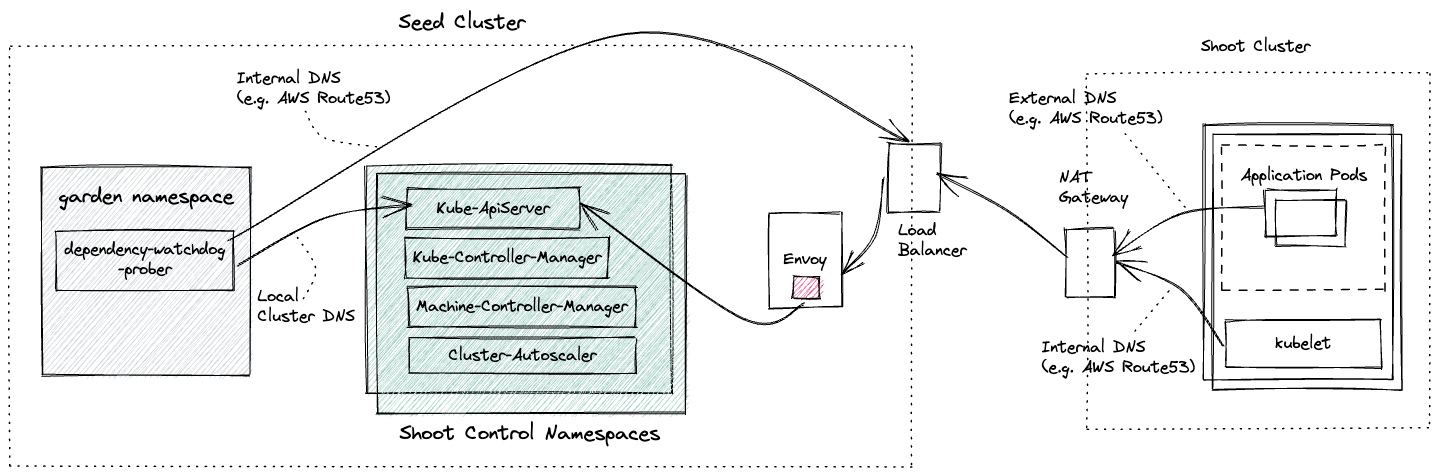
This is docs/concepts/content/prober-components.excalidraw.png from gardener/dependency-watchdog, a Excalidraw export, as it was before one commit. Source tidied: one line per element, renumbered; positions are measured from the earlier drawing's top-left corner, leaving out a move shared by most shapes.
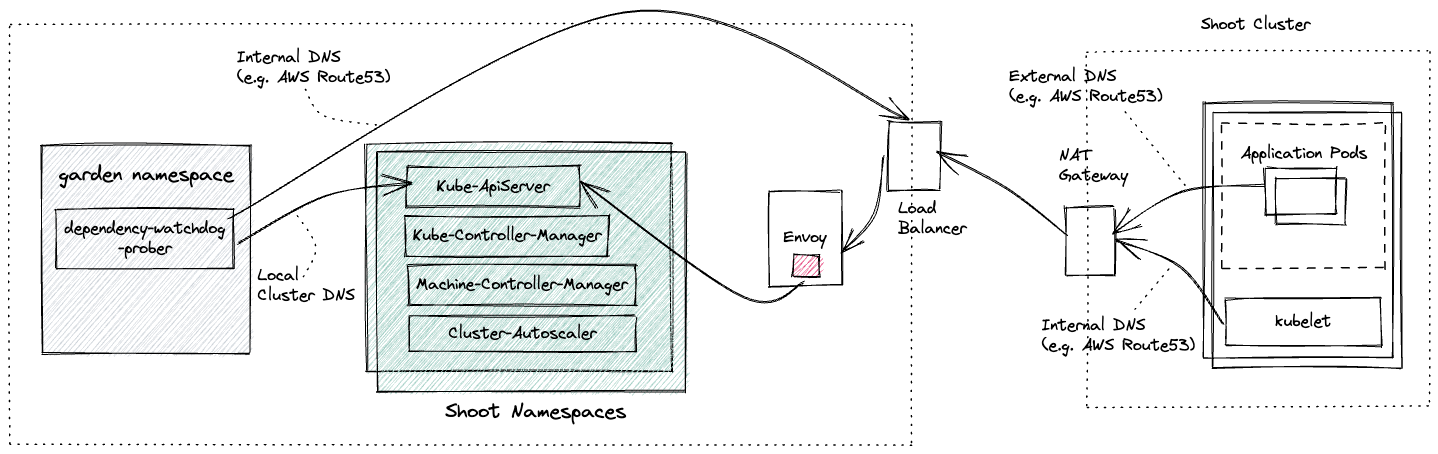
After the commit.

What changed in the source:
```diff
@@ -1,12 +1,11 @@
 {"id": 0, "type": "rectangle", "strokeColor": "#000000", "backgroundColor": "#a7d1c8", "fillStyle": "hachure", "strokeWidth": 1, "roughness": 1, "x": 356, "y": 155, "width": 306, "height": 228}
 {"id": 1, "type": "rectangle", "strokeColor": "#000000", "strokeWidth": 1, "strokeStyle": "dotted", "roughness": 1, "x": 0, "y": 37, "width": 902, "height": 419}
-{"id": 2, "type": "text", "text": "Seed Cluster", "strokeColor": "#000000", "strokeWidth": 1, "roughness": 1, "fontSize": 20, "fontFamily": 1, "x": 389, "y": 0, "width": 129, "height": 25}
 {"id": 3, "type": "rectangle", "strokeColor": "#000000", "backgroundColor": "#ced4da", "fillStyle": "hachure", "strokeWidth": 1, "roughness": 1, "x": 32, "y": 157, "width": 209, "height": 208}
 {"id": 4, "type": "text", "text": "garden namespace", "strokeColor": "#000000", "strokeWidth": 1, "roughness": 1, "fontSize": 20, "fontFamily": 1, "x": 49, "y": 174, "width": 177, "height": 25}
 {"id": 5, "type": "rectangle", "strokeColor": "#000000", "strokeWidth": 1, "roughness": 1, "x": 46, "y": 220, "width": 177, "height": 60}
 {"id": 6, "type": "text", "text": "dependency-watchdog\n-prober", "strokeColor": "#000000", "strokeWidth": 1, "roughness": 1, "fontSize": 16, "fontFamily": 1, "textAlign": "center", "verticalAlign": "middle", "inside": 5, "x": 54, "y": 230, "width": 162, "height": 40}
 {"id": 7, "type": "rectangle", "strokeColor": "#000000", "backgroundColor": "#a7d1c8", "fillStyle": "hachure", "strokeWidth": 1, "roughness": 1, "x": 367, "y": 164, "width": 308, "height": 239}
-{"id": 8, "type": "text", "text": "Shoot Control Namespaces", "strokeColor": "#000000", "strokeWidth": 1, "roughness": 1, "fontSize": 20, "fontFamily": 1, "x": 390, "y": 411, "width": 263, "height": 25}
+{"id": 8, "type": "text", "text": "Shoot Namespaces", "strokeColor": "#000000", "strokeWidth": 1, "roughness": 1, "fontSize": 20, "fontFamily": 1, "x": 435, "y": 411, "width": 183, "height": 25}
 {"id": 9, "type": "rectangle", "strokeColor": "#000000", "strokeWidth": 1, "roughness": 1, "x": 397, "y": 178, "width": 173, "height": 41}
 {"id": 10, "type": "text", "text": "Kube-ApiServer", "strokeColor": "#000000", "strokeWidth": 1, "roughness": 1, "fontSize": 16, "fontFamily": 1, "textAlign": "center", "verticalAlign": "middle", "inside": 9, "x": 425, "y": 189, "width": 116, "height": 20}
 {"id": 11, "type": "rectangle", "strokeColor": "#000000", "strokeWidth": 1, "roughness": 1, "x": 396, "y": 228, "width": 203, "height": 40}
```
